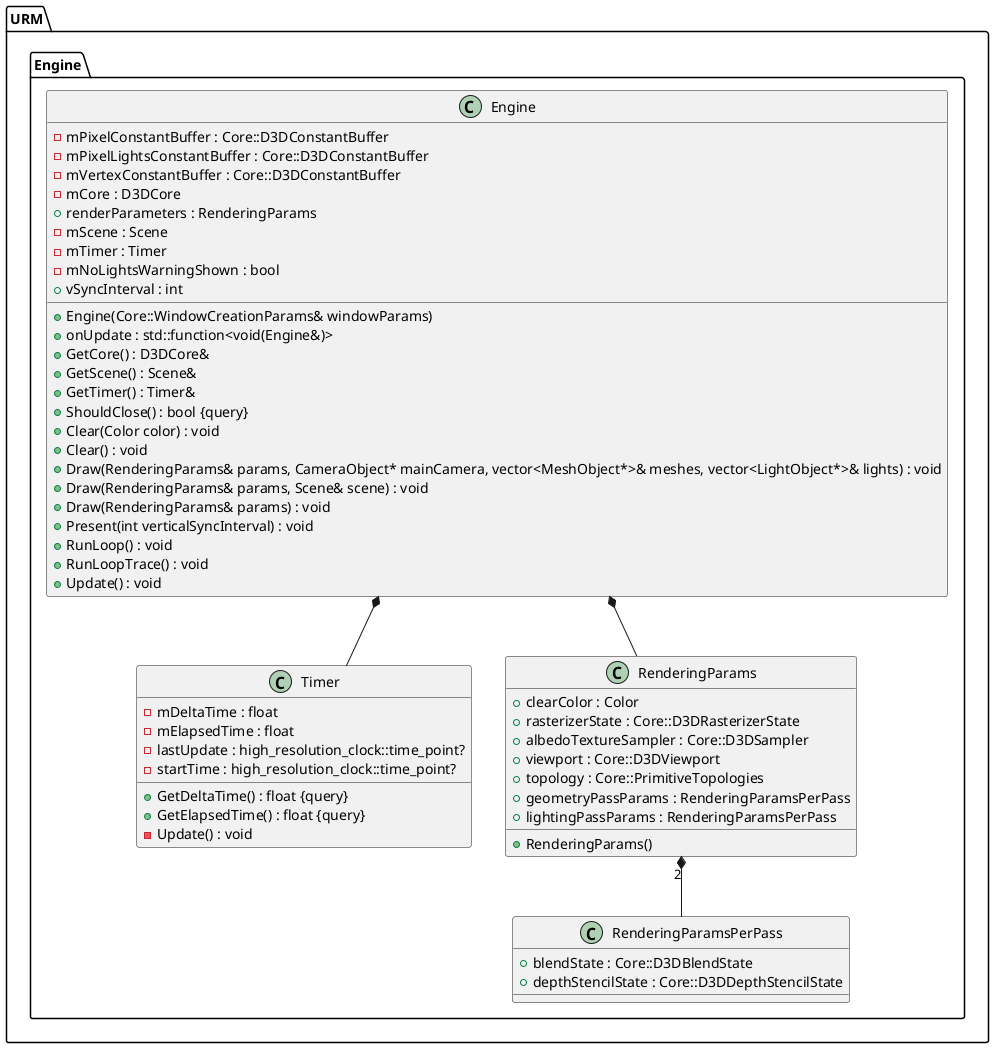
Before: Latex/images/UML/engine.png, a diagram exported from PlantUML (MinikPLayer/MasterThesis_UniversalRenderingModule_D3D11).
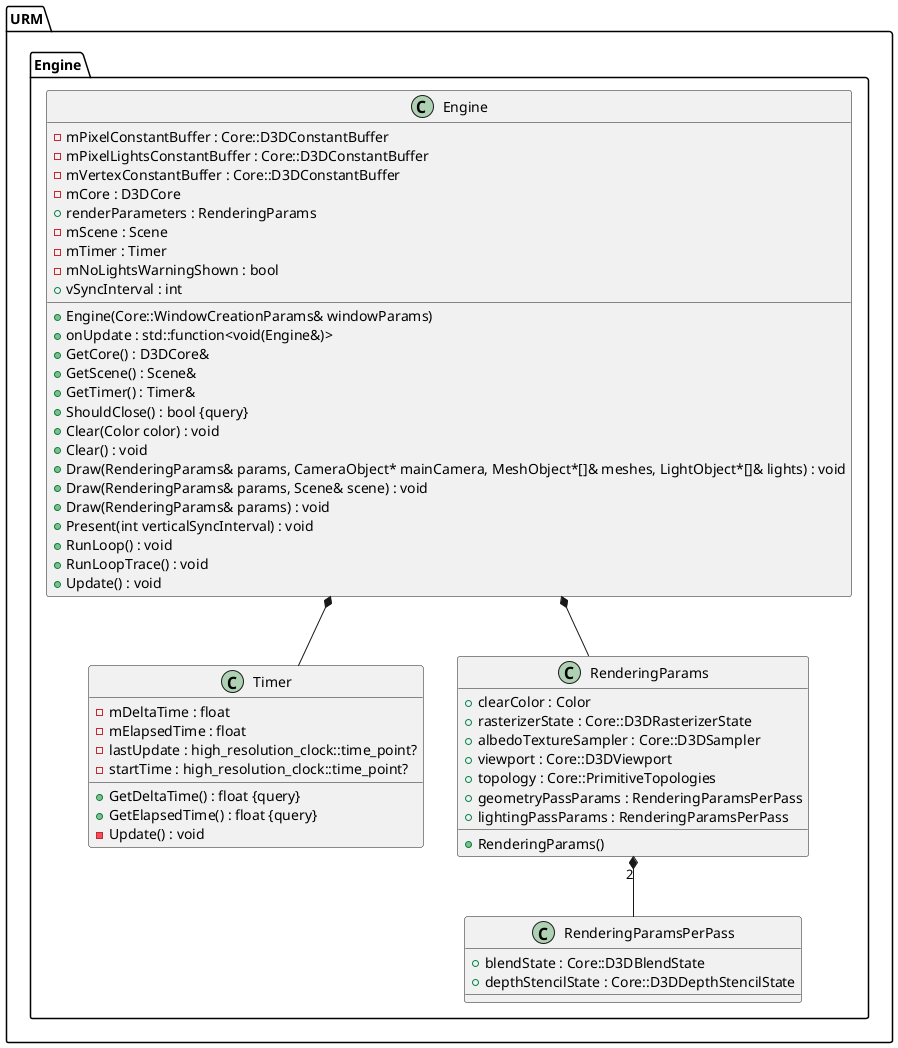
The same diagram one commit later.

The edit, as a diff of the source:
```diff
@@ -26,7 +26,7 @@
 			+vSyncInterval : int
 			+Clear(Color color) : void
 			+Clear() : void
-			+Draw(RenderingParams& params, CameraObject* mainCamera, vector<MeshObject*>& meshes, vector<LightObject*>& lights) : void
+			+Draw(RenderingParams& params, CameraObject* mainCamera, MeshObject*[]& meshes, LightObject*[]& lights) : void
 			+Draw(RenderingParams& params, Scene& scene) : void
 			+Draw(RenderingParams& params) : void
 			+Present(int verticalSyncInterval) : void
```
